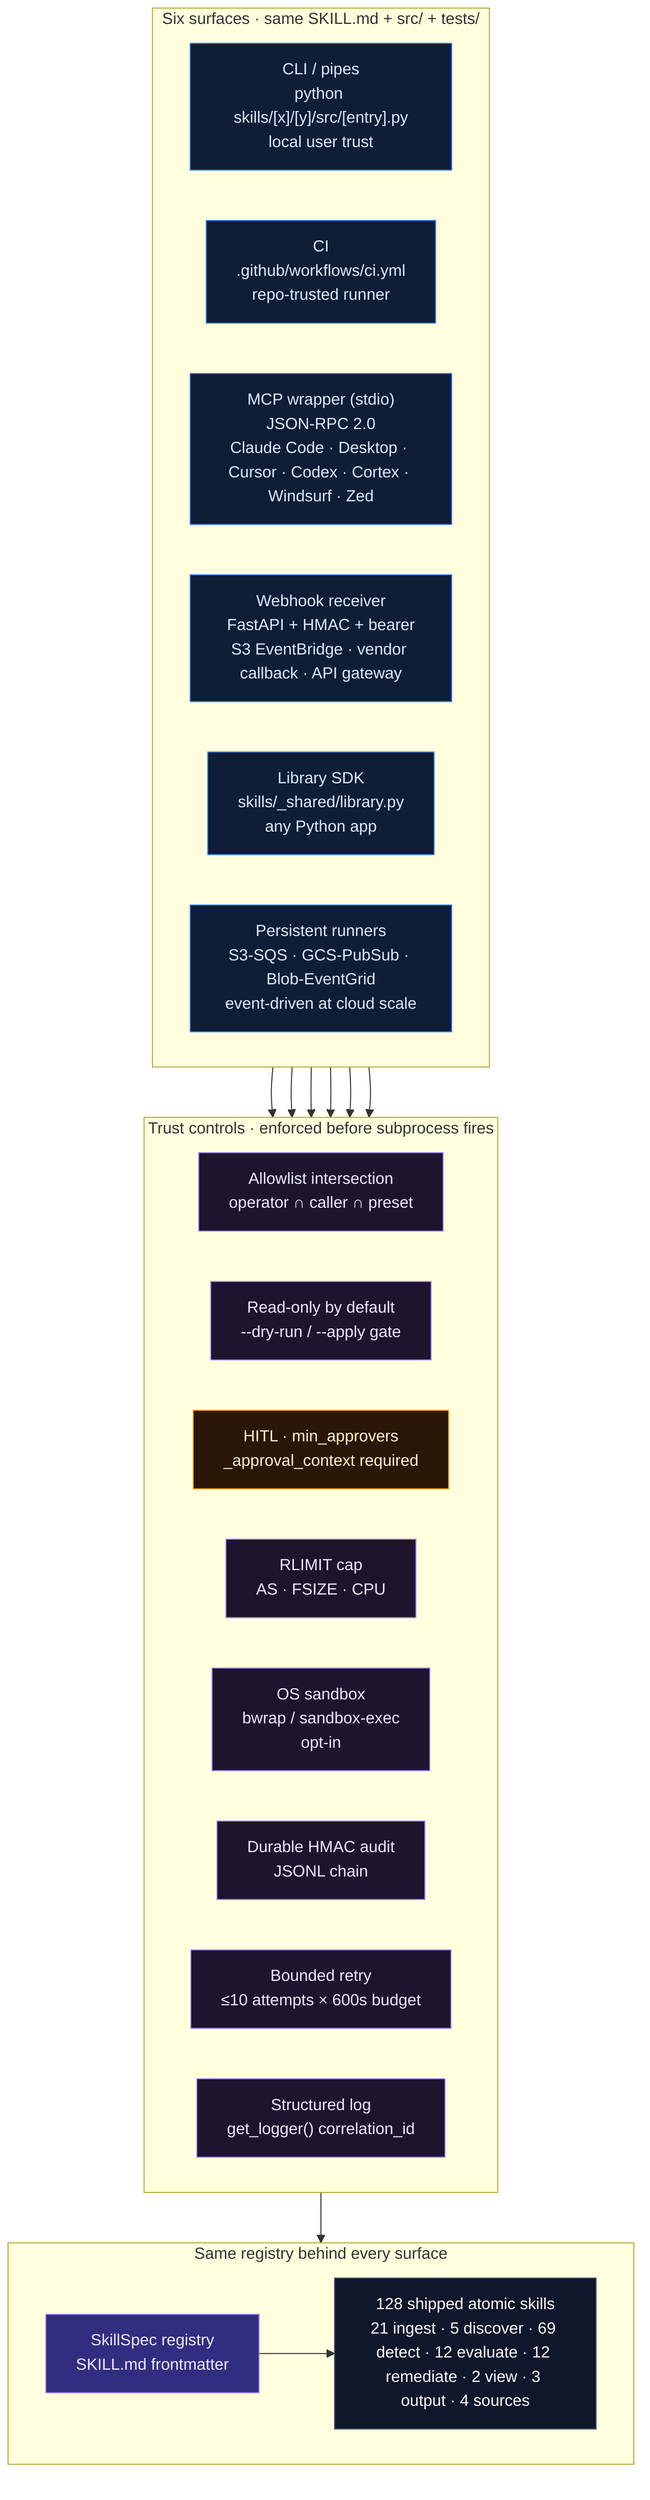
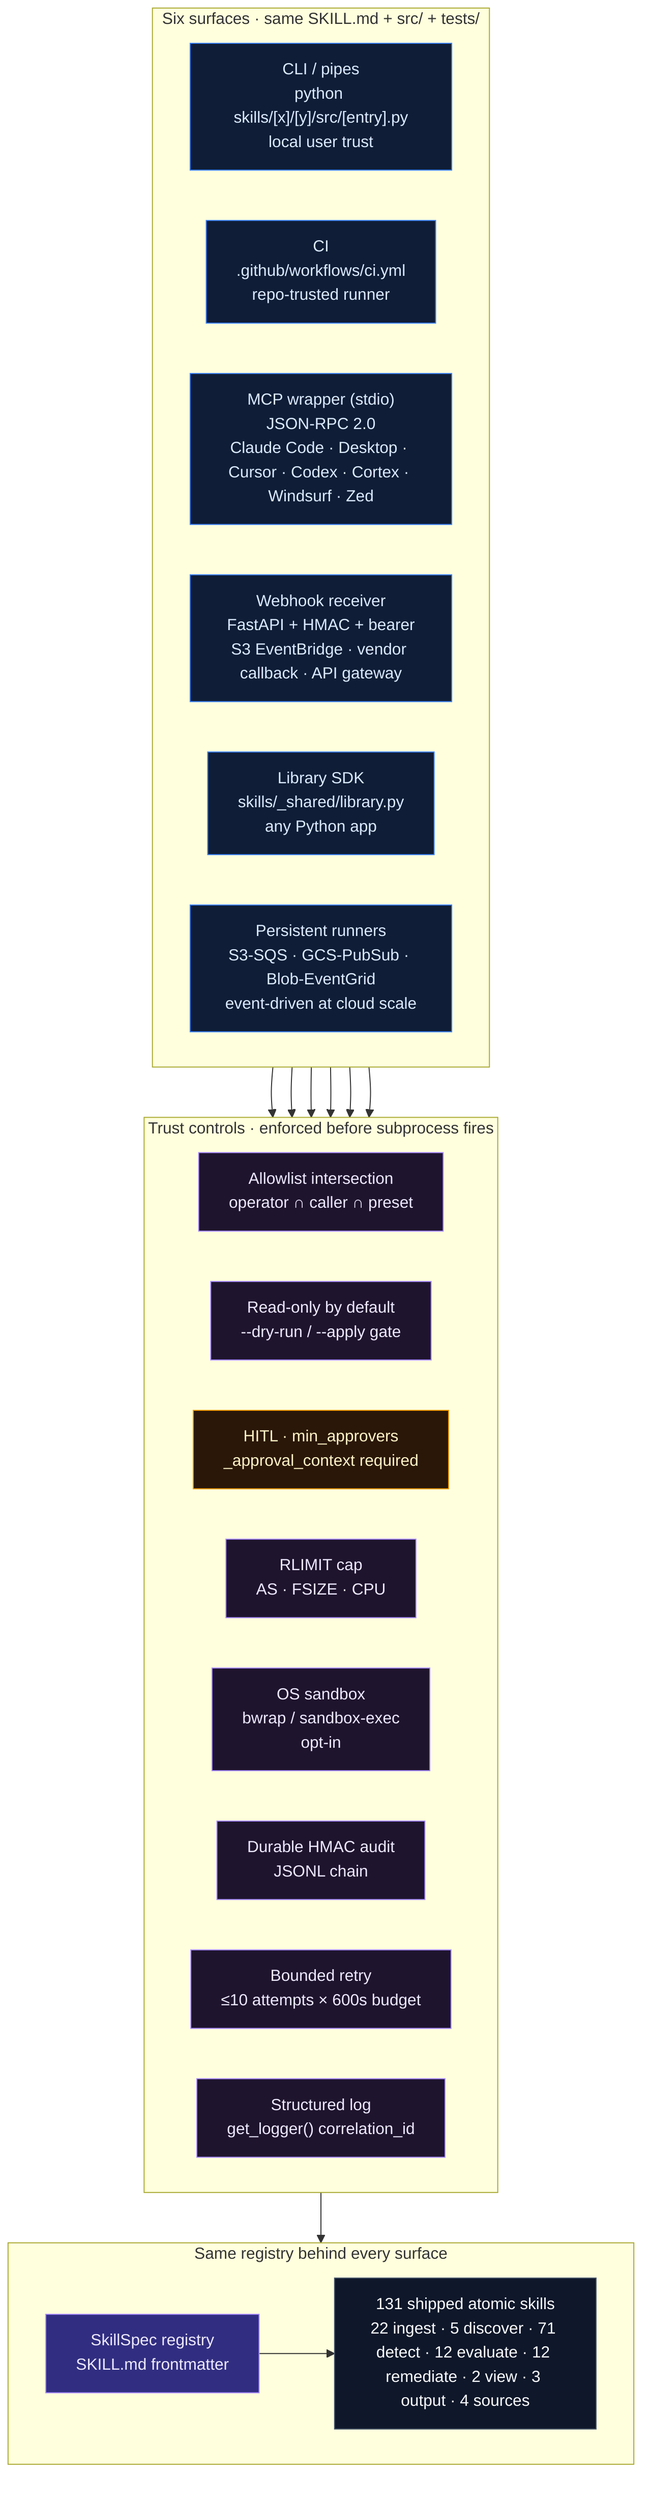
%% Surface comparison — six shipped surfaces with the same skill bundle
%% behind every one. Each surface adds its own transport + auth +
%% guardrail layer; every column converges at the SkillSpec registry
%% and the 120 atomic skills below it.
flowchart TD
  classDef surface fill:#0f1d36,stroke:#3b82f6,color:#dbeafe
  classDef control fill:#1f142e,stroke:#a78bfa,color:#ede9fe
  classDef registry fill:#312e81,stroke:#a78bfa,color:#ede9fe
  classDef skills fill:#0f172a,stroke:#475569,color:#f8fafc
  classDef gate fill:#2a1708,stroke:#f59e0b,color:#fef3c7

  subgraph SURFACES["Six surfaces · same SKILL.md + src/ + tests/"]
    direction LR
    cli["CLI / pipes<br/>python skills/[x]/[y]/src/[entry].py<br/>local user trust"]:::surface
    ci["CI<br/>.github/workflows/ci.yml<br/>repo-trusted runner"]:::surface
    mcp["MCP wrapper (stdio)<br/>JSON-RPC 2.0<br/>Claude Code · Desktop · Cursor · Codex · Cortex · Windsurf · Zed"]:::surface
    web["Webhook receiver<br/>FastAPI + HMAC + bearer<br/>S3 EventBridge · vendor callback · API gateway"]:::surface
    lib["Library SDK<br/>skills/_shared/library.py<br/>any Python app"]:::surface
    runners["Persistent runners<br/>S3-SQS · GCS-PubSub · Blob-EventGrid<br/>event-driven at cloud scale"]:::surface
  end

  subgraph CONTROLS["Trust controls · enforced before subprocess fires"]
    direction LR
    allow["Allowlist intersection<br/>operator ∩ caller ∩ preset"]:::control
    safewrite["Read-only by default<br/>--dry-run / --apply gate"]:::control
    hitl["HITL · min_approvers<br/>_approval_context required"]:::gate
    rlimit["RLIMIT cap<br/>AS · FSIZE · CPU"]:::control
    sandbox["OS sandbox<br/>bwrap / sandbox-exec<br/>opt-in"]:::control
    audit["Durable HMAC audit<br/>JSONL chain"]:::control
    retry["Bounded retry<br/>≤10 attempts × 600s budget"]:::control
    log["Structured log<br/>get_logger() correlation_id"]:::control
  end

  subgraph CORE["Same registry behind every surface"]
    direction LR
    registry["SkillSpec registry<br/>SKILL.md frontmatter"]:::registry
-     skills79["128 shipped atomic skills<br/>21 ingest · 5 discover · 69 detect · 12 evaluate · 12 remediate · 2 view · 3 output · 4 sources"]:::skills
+     skills79["131 shipped atomic skills<br/>22 ingest · 5 discover · 71 detect · 12 evaluate · 12 remediate · 2 view · 3 output · 4 sources"]:::skills
  end

  cli --> CONTROLS
  ci --> CONTROLS
  mcp --> CONTROLS
  web --> CONTROLS
  lib --> CONTROLS
  runners --> CONTROLS

  CONTROLS --> registry
  registry --> skills79
